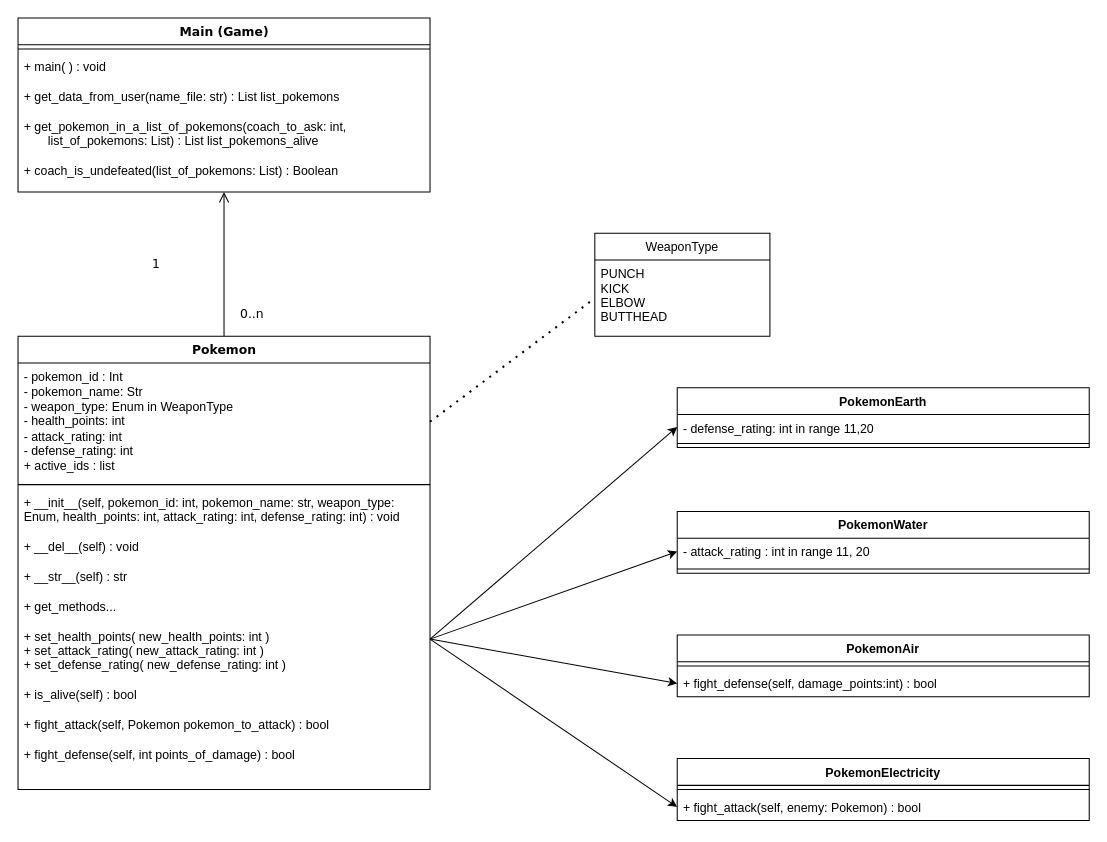
lidia-veli/POO-Pokemon keeps this draw.io diagram as page "UML" (1 of 2) of diagrams/class-diagram.drawio. Above is the earlier version. Source tidied: cells renumbered, new cells numbered last; positions are measured from the earlier drawing's top-left corner, leaving out a move shared by most shapes. Both pictures are drawn from the tidied source at 103%, with x=0, y=0 at pixel (18, 18).
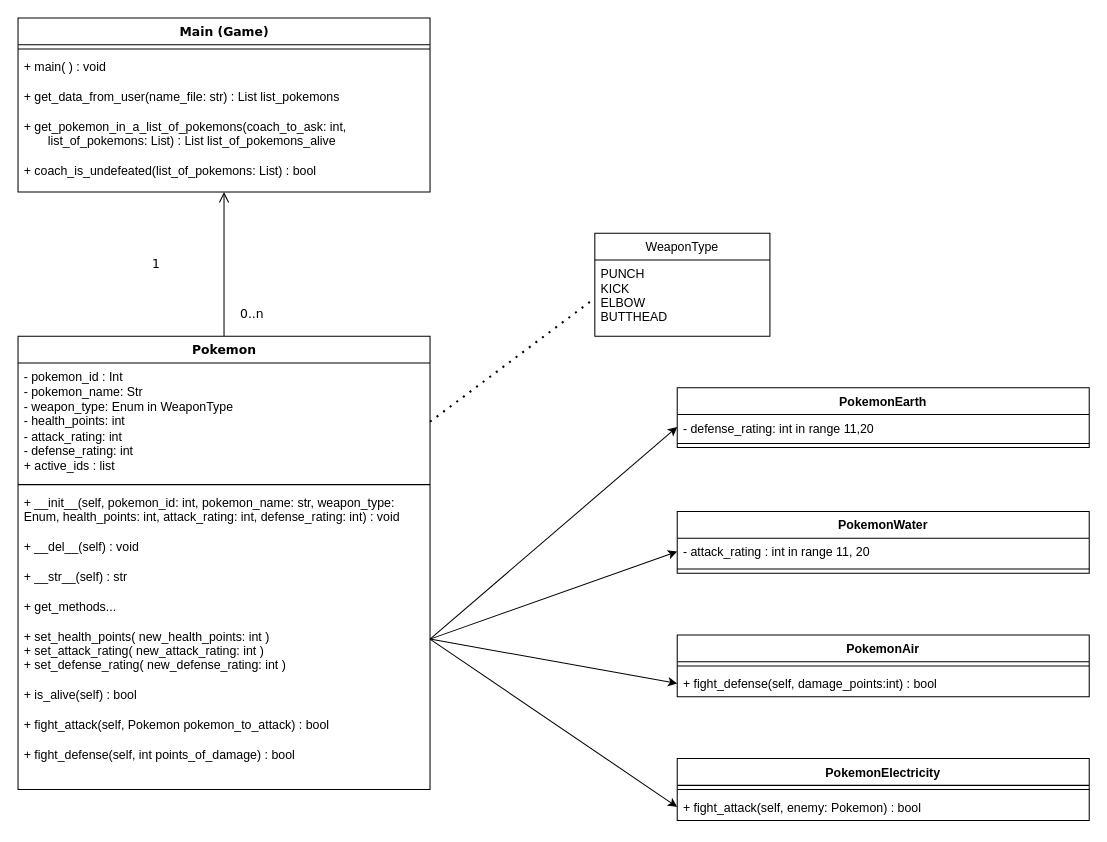
Above is the later version.

Commit message (it also covers changes not shown here):
funciones previas main

Unchanged cells that the change refers to:
```xml
<mxCell id="2" value="Main (Game)" style="swimlane;html=1;fontStyle=1;align=center;verticalAlign=top;horizontal=1;startSize=26;swimlaneFillColor=none;rounded=0;shadow=0;comic=0;labelBackgroundColor=none;strokeWidth=1;fillColor=none;fontFamily=Verdana;fontSize=12;" parent="1" vertex="1">
  <mxGeometry width="400" height="169" as="geometry" />
</mxCell>
```

Change to the diagram source:
```diff
@@
-    <mxCell id="4" value="+ main( ) : void&lt;br&gt;&lt;br&gt;+ get_data_from_user(name_file: str) : List list_pokemons&lt;br&gt;&lt;br&gt;+ get_pokemon_in_a_list_of_pokemons(coach_to_ask: int,&lt;br&gt;&amp;nbsp; &amp;nbsp; &amp;nbsp; &amp;nbsp;list_of_pokemons: List) : List list_pokemons_alive&lt;br&gt;&lt;br&gt;+ coach_is_undefeated(list_of_pokemons: List) : Boolean" style="text;html=1;strokeColor=none;fillColor=none;align=left;verticalAlign=top;spacingLeft=4;spacingRight=4;whiteSpace=wrap;overflow=hidden;" parent="2" vertex="1">
+    <mxCell id="4" value="+ main( ) : void&lt;br&gt;&lt;br&gt;+ get_data_from_user(name_file: str) : List list_pokemons&lt;br&gt;&lt;br&gt;+ get_pokemon_in_a_list_of_pokemons(coach_to_ask: int,&lt;br&gt;&amp;nbsp; &amp;nbsp; &amp;nbsp; &amp;nbsp;list_of_pokemons: List) : List list_of_pokemons_alive&lt;br&gt;&lt;br&gt;+ coach_is_undefeated(list_of_pokemons: List) : bool" style="text;html=1;strokeColor=none;fillColor=none;align=left;verticalAlign=top;spacingLeft=4;spacingRight=4;whiteSpace=wrap;overflow=hidden;" parent="2" vertex="1">
       <mxGeometry y="34" width="400" height="126" as="geometry" />
     </mxCell>
```
